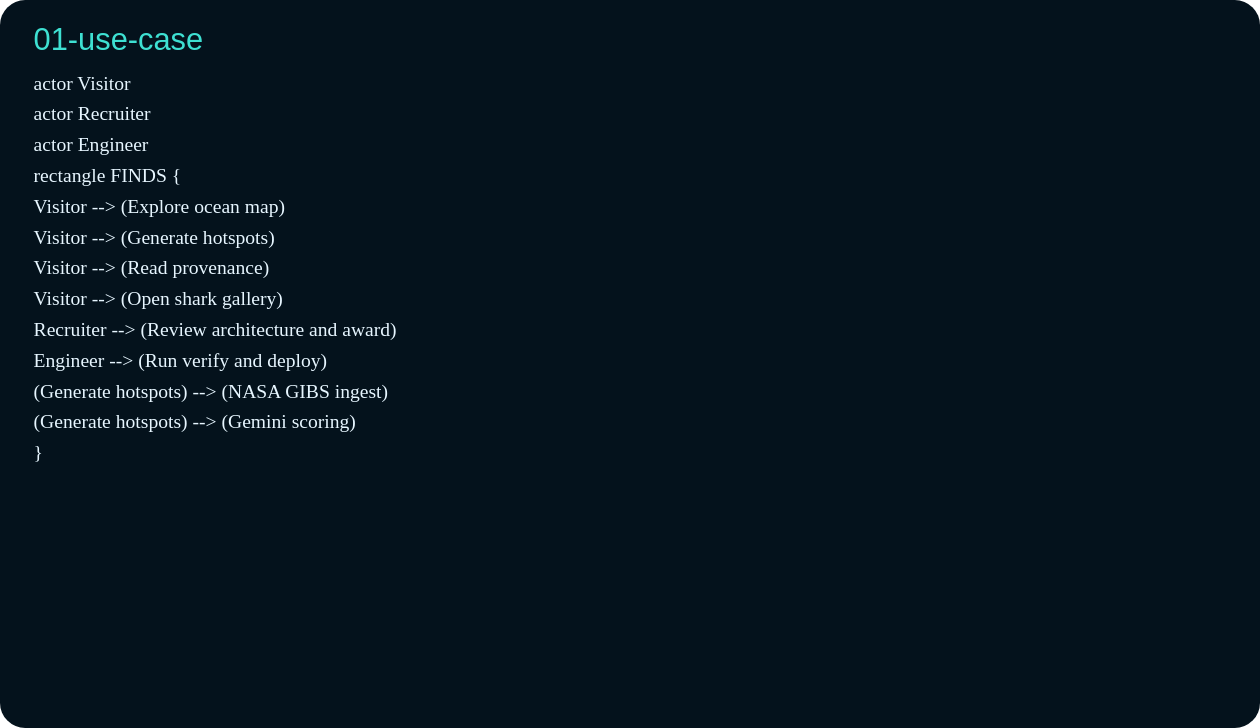
gunnchOS3k/FINDS-Sharks-From-Space keeps this PlantUML diagram as docs/architecture/uml/01-use-case.svg. Above is the earlier version. Its source is kept beside it as docs/architecture/uml/01-use-case.puml. Source of this version:
```plantuml
@startuml finds-use-case
left to right direction
actor Visitor
actor Recruiter
actor Engineer
rectangle FINDS {
  Visitor --> (Explore ocean map)
  Visitor --> (Generate hotspots)
  Visitor --> (Read provenance)
  Visitor --> (Open shark gallery)
  Recruiter --> (Review architecture and award)
  Engineer --> (Run verify and deploy)
  (Generate hotspots) --> (NASA GIBS ingest)
  (Generate hotspots) --> (Gemini scoring)
}
@enduml
```
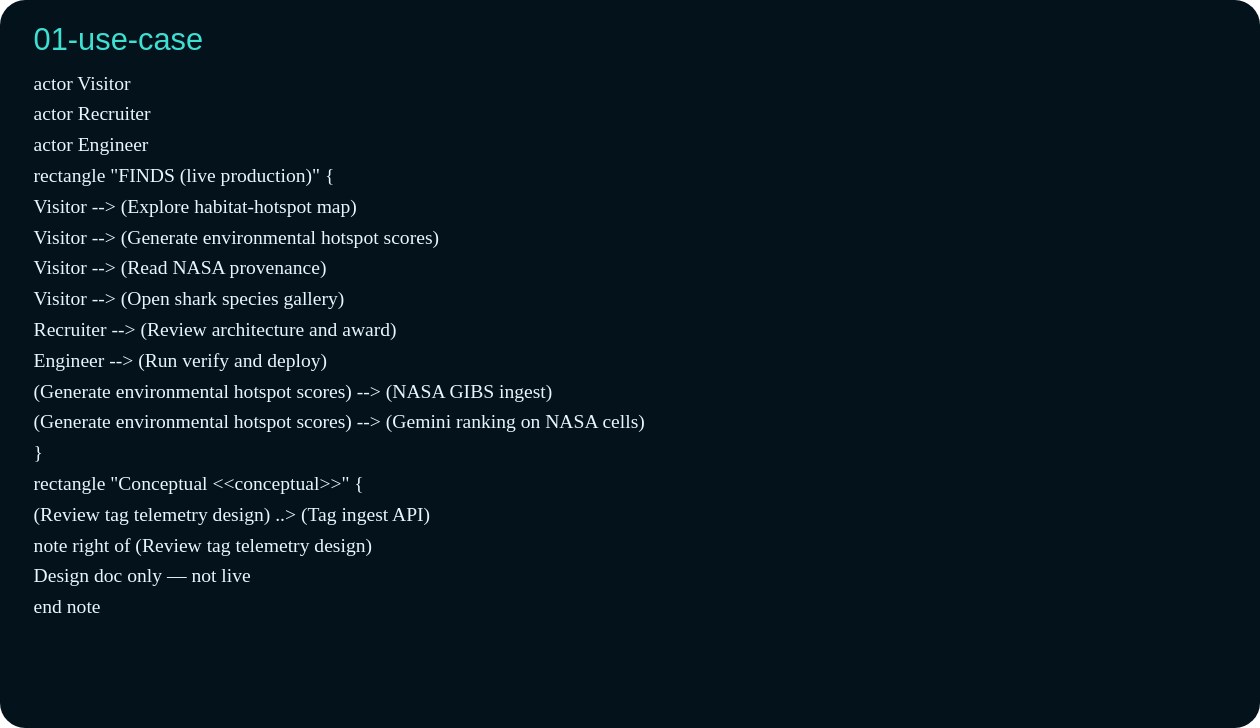
After the commit.

Change to the diagram source:
```diff
@@ -3,14 +3,20 @@
 actor Visitor
 actor Recruiter
 actor Engineer
-rectangle FINDS {
-  Visitor --> (Explore ocean map)
-  Visitor --> (Generate hotspots)
-  Visitor --> (Read provenance)
-  Visitor --> (Open shark gallery)
+rectangle "FINDS (live production)" {
+  Visitor --> (Explore habitat-hotspot map)
+  Visitor --> (Generate environmental hotspot scores)
+  Visitor --> (Read NASA provenance)
+  Visitor --> (Open shark species gallery)
   Recruiter --> (Review architecture and award)
   Engineer --> (Run verify and deploy)
-  (Generate hotspots) --> (NASA GIBS ingest)
-  (Generate hotspots) --> (Gemini scoring)
+  (Generate environmental hotspot scores) --> (NASA GIBS ingest)
+  (Generate environmental hotspot scores) --> (Gemini ranking on NASA cells)
+}
+rectangle "Conceptual <<conceptual>>" {
+  (Review tag telemetry design) ..> (Tag ingest API)
+  note right of (Review tag telemetry design)
+    Design doc only — not live
+  end note
 }
 @enduml
```
